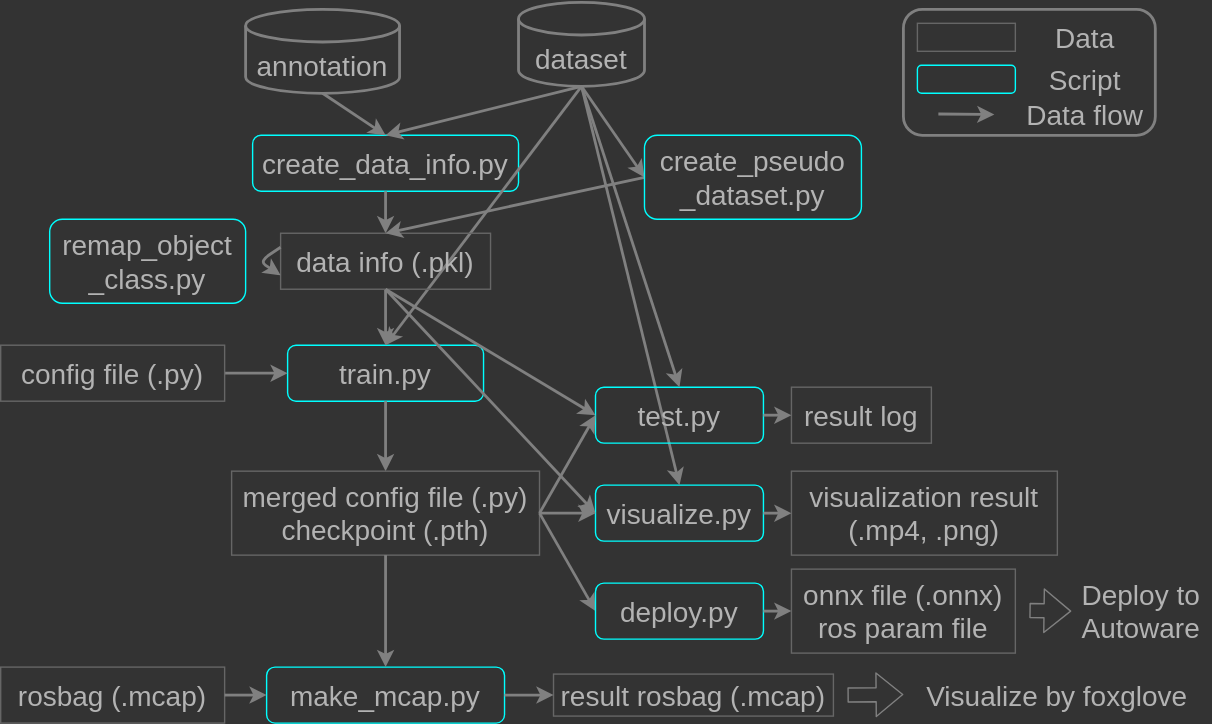
The draw.io diagram docs/fig/pipeline.drawio.svg in tier4/AWML, before a commit. Source tidied: cells renumbered, new cells last; positions are measured from the earlier drawing's top-left corner, leaving out a move shared by most shapes.
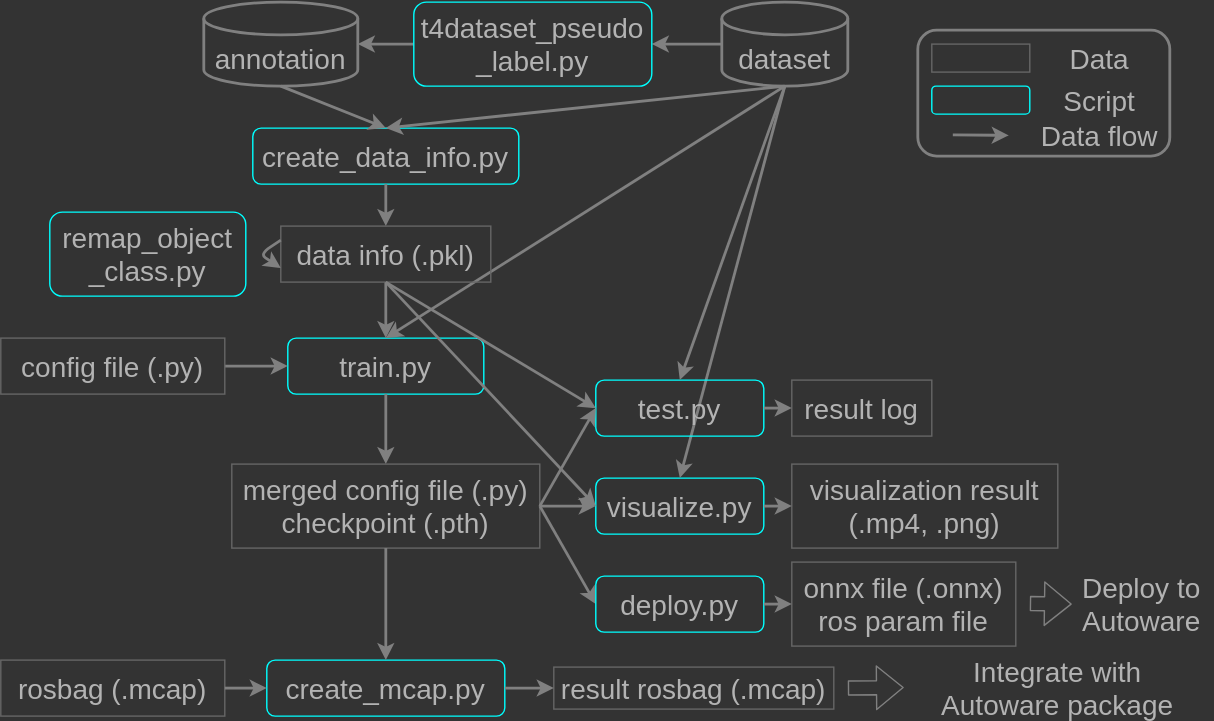
After the commit.

Change to the diagram source:
```diff
@@ -3,7 +3,7 @@
     <mxCell id="0" />
     <mxCell id="1" parent="0" />
     <mxCell id="2" style="rounded=1;whiteSpace=wrap;html=1;fillColor=none;strokeWidth=2;strokeColor=#808080;fontColor=#B3B3B3;" parent="1" vertex="1">
-      <mxGeometry x="645" y="5" width="180" height="90" as="geometry" />
+      <mxGeometry x="655" y="25" width="180" height="90" as="geometry" />
     </mxCell>
     <mxCell id="3" value="&lt;font style=&quot;font-size: 20px;&quot;&gt;train.py&lt;/font&gt;" style="rounded=1;whiteSpace=wrap;html=1;strokeColor=#00FFFF;fillColor=none;fontColor=#B3B3B3;" parent="1" vertex="1">
       <mxGeometry x="205" y="245" width="140" height="40" as="geometry" />
@@ -61,7 +61,7 @@
     <mxCell id="19" style="endArrow=classic;html=1;fontSize=20;exitX=1;exitY=0.5;exitDx=0;exitDy=0;entryX=0;entryY=0.5;entryDx=0;entryDy=0;fontColor=#B3B3B3;strokeWidth=2;strokeColor=#808080;" parent="1" edge="1" source="17" target="18">
       <mxGeometry relative="1" as="geometry" />
     </mxCell>
-    <mxCell id="20" value="&lt;font style=&quot;font-size: 20px;&quot;&gt;make_mcap.py&lt;/font&gt;" style="rounded=1;whiteSpace=wrap;html=1;strokeColor=#00FFFF;fillColor=none;fontColor=#B3B3B3;" parent="1" vertex="1">
+    <mxCell id="20" value="&lt;font style=&quot;font-size: 20px;&quot;&gt;create_mcap.py&lt;/font&gt;" style="rounded=1;whiteSpace=wrap;html=1;strokeColor=#00FFFF;fillColor=none;fontColor=#B3B3B3;" parent="1" vertex="1">
       <mxGeometry x="190" y="475" width="170" height="40" as="geometry" />
     </mxCell>
     <mxCell id="21" style="endArrow=classic;html=1;fontSize=20;exitX=0.5;exitY=1;exitDx=0;exitDy=0;entryX=0.5;entryY=0;entryDx=0;entryDy=0;exitPerimeter=0;fontColor=#B3B3B3;strokeColor=#808080;strokeWidth=2;" parent="1" edge="1" source="49" target="17">
@@ -88,7 +88,7 @@
         <mxPoint x="645" y="494.6" as="targetPoint" />
       </mxGeometry>
     </mxCell>
-    <mxCell id="28" value="Visualize by foxglove" style="text;html=1;strokeColor=none;fillColor=none;align=center;verticalAlign=middle;whiteSpace=wrap;rounded=0;fontSize=20;fontColor=#B3B3B3;" parent="1" vertex="1">
+    <mxCell id="28" value="Integrate with Autoware package" style="text;html=1;strokeColor=none;fillColor=none;align=center;verticalAlign=middle;whiteSpace=wrap;rounded=0;fontSize=20;fontColor=#B3B3B3;" parent="1" vertex="1">
       <mxGeometry x="655" y="480" width="200" height="30" as="geometry" />
     </mxCell>
     <mxCell id="29" value="&lt;font style=&quot;font-size: 20px;&quot;&gt;remap_object&lt;br&gt;_class.py&lt;/font&gt;" style="rounded=1;whiteSpace=wrap;html=1;strokeColor=#00FFFF;fillColor=none;fontColor=#B3B3B3;" parent="1" vertex="1">
@@ -114,25 +114,25 @@
       <mxGeometry relative="1" as="geometry" />
     </mxCell>
     <mxCell id="35" style="rounded=0;whiteSpace=wrap;html=1;strokeColor=#666666;fontSize=20;fillColor=none;fontColor=#B3B3B3;" parent="1" vertex="1">
-      <mxGeometry x="655" y="15" width="70" height="20" as="geometry" />
+      <mxGeometry x="665" y="35" width="70" height="20" as="geometry" />
     </mxCell>
     <mxCell id="36" style="rounded=1;whiteSpace=wrap;html=1;strokeColor=#00FFFF;fillColor=none;fontColor=#B3B3B3;" parent="1" vertex="1">
-      <mxGeometry x="655" y="45" width="70" height="20" as="geometry" />
+      <mxGeometry x="665" y="65" width="70" height="20" as="geometry" />
     </mxCell>
     <mxCell id="37" value="&lt;font style=&quot;font-size: 20px;&quot;&gt;Data&lt;/font&gt;" style="text;html=1;strokeColor=none;fillColor=none;align=center;verticalAlign=middle;whiteSpace=wrap;rounded=0;strokeWidth=2;fontColor=#B3B3B3;" parent="1" vertex="1">
-      <mxGeometry x="745" y="10" width="60" height="30" as="geometry" />
+      <mxGeometry x="755" y="30" width="60" height="30" as="geometry" />
     </mxCell>
     <mxCell id="38" value="&lt;font style=&quot;font-size: 20px;&quot;&gt;Script&lt;/font&gt;" style="text;html=1;strokeColor=none;fillColor=none;align=center;verticalAlign=middle;whiteSpace=wrap;rounded=0;strokeWidth=2;fontColor=#B3B3B3;" parent="1" vertex="1">
-      <mxGeometry x="745" y="40" width="60" height="30" as="geometry" />
+      <mxGeometry x="755" y="60" width="60" height="30" as="geometry" />
     </mxCell>
     <mxCell id="39" style="endArrow=classic;html=1;fontSize=20;fontColor=#B3B3B3;strokeColor=#808080;strokeWidth=2;" parent="1" edge="1">
       <mxGeometry relative="1" as="geometry">
-        <mxPoint x="670" y="79.8" as="sourcePoint" />
-        <mxPoint x="710" y="80.2" as="targetPoint" />
+        <mxPoint x="680" y="99.8" as="sourcePoint" />
+        <mxPoint x="720" y="100.2" as="targetPoint" />
       </mxGeometry>
     </mxCell>
     <mxCell id="40" value="&lt;font style=&quot;font-size: 20px;&quot;&gt;Data flow&lt;/font&gt;" style="text;html=1;strokeColor=none;fillColor=none;align=center;verticalAlign=middle;whiteSpace=wrap;rounded=0;strokeWidth=2;fontColor=#B3B3B3;" parent="1" vertex="1">
-      <mxGeometry x="725" y="65" width="100" height="30" as="geometry" />
+      <mxGeometry x="735" y="85" width="100" height="30" as="geometry" />
     </mxCell>
     <mxCell id="41" style="endArrow=classic;html=1;fontSize=20;exitX=0.5;exitY=1;exitDx=0;exitDy=0;entryX=0.5;entryY=0;entryDx=0;entryDy=0;fontColor=#B3B3B3;strokeWidth=2;strokeColor=#808080;" parent="1" edge="1" source="12" target="20">
       <mxGeometry relative="1" as="geometry" />
@@ -157,20 +157,20 @@
     <mxCell id="47" style="endArrow=classic;html=1;fontSize=20;exitX=0.5;exitY=1;exitDx=0;exitDy=0;entryX=0;entryY=0.5;entryDx=0;entryDy=0;fontColor=#B3B3B3;strokeColor=#808080;strokeWidth=2;" parent="1" edge="1" source="11" target="32">
       <mxGeometry relative="1" as="geometry" />
     </mxCell>
-    <mxCell id="48" style="edgeStyle=none;html=1;exitX=0.5;exitY=1;exitDx=0;exitDy=0;exitPerimeter=0;entryX=0;entryY=0.5;entryDx=0;entryDy=0;fontColor=#B3B3B3;strokeColor=#808080;strokeWidth=2;" parent="1" edge="1" source="49" target="52">
+    <mxCell id="48" style="edgeStyle=none;html=1;exitX=0;exitY=0.5;exitDx=0;exitDy=0;exitPerimeter=0;entryX=1;entryY=0.5;entryDx=0;entryDy=0;fontColor=#B3B3B3;strokeColor=#808080;strokeWidth=2;" parent="1" edge="1" source="49" target="52">
       <mxGeometry relative="1" as="geometry" />
     </mxCell>
     <mxCell id="49" value="&lt;font style=&quot;font-size: 20px;&quot;&gt;dataset&lt;/font&gt;" style="shape=cylinder3;whiteSpace=wrap;html=1;boundedLbl=1;backgroundOutline=1;size=11.679206848144531;fontColor=#B3B3B3;fillColor=none;strokeWidth=2;strokeColor=#808080;" parent="1" vertex="1">
-      <mxGeometry x="370" width="90" height="60" as="geometry" />
+      <mxGeometry x="515" y="5" width="90" height="60" as="geometry" />
     </mxCell>
     <mxCell id="50" value="&lt;span style=&quot;font-size: 20px;&quot;&gt;annotation&lt;/span&gt;" style="shape=cylinder3;whiteSpace=wrap;html=1;boundedLbl=1;backgroundOutline=1;size=11.679206848144531;fontColor=#B3B3B3;fillColor=none;strokeColor=#808080;strokeWidth=2;" parent="1" vertex="1">
-      <mxGeometry x="175" y="5" width="110" height="60" as="geometry" />
+      <mxGeometry x="145" y="5" width="110" height="60" as="geometry" />
     </mxCell>
-    <mxCell id="51" style="edgeStyle=none;html=1;exitX=0;exitY=0.5;exitDx=0;exitDy=0;entryX=0.5;entryY=0;entryDx=0;entryDy=0;fontColor=#B3B3B3;strokeColor=#808080;strokeWidth=2;" parent="1" edge="1" source="52" target="11">
+    <mxCell id="51" style="edgeStyle=none;html=1;exitX=0;exitY=0.5;exitDx=0;exitDy=0;entryX=1;entryY=0.5;entryDx=0;entryDy=0;fontColor=#B3B3B3;strokeColor=#808080;strokeWidth=2;entryPerimeter=0;" parent="1" edge="1" source="52" target="50">
       <mxGeometry relative="1" as="geometry" />
     </mxCell>
-    <mxCell id="52" value="&lt;font style=&quot;font-size: 20px;&quot;&gt;create_pseudo&lt;br&gt;_dataset.py&lt;/font&gt;" style="rounded=1;whiteSpace=wrap;html=1;strokeColor=#00FFFF;fillColor=none;fontColor=#B3B3B3;" parent="1" vertex="1">
-      <mxGeometry x="460" y="95" width="155" height="60" as="geometry" />
+    <mxCell id="52" value="&lt;font style=&quot;font-size: 20px;&quot;&gt;t4dataset_pseudo&lt;br&gt;_label.py&lt;/font&gt;" style="rounded=1;whiteSpace=wrap;html=1;strokeColor=#00FFFF;fillColor=none;fontColor=#B3B3B3;" parent="1" vertex="1">
+      <mxGeometry x="295" y="5" width="170" height="60" as="geometry" />
     </mxCell>
     <mxCell id="53" style="edgeStyle=none;html=1;exitX=0.5;exitY=1;exitDx=0;exitDy=0;exitPerimeter=0;fontColor=#B3B3B3;strokeColor=#808080;strokeWidth=2;entryX=0.5;entryY=0;entryDx=0;entryDy=0;" parent="1" edge="1" source="49" target="4">
       <mxGeometry relative="1" as="geometry" />
```
